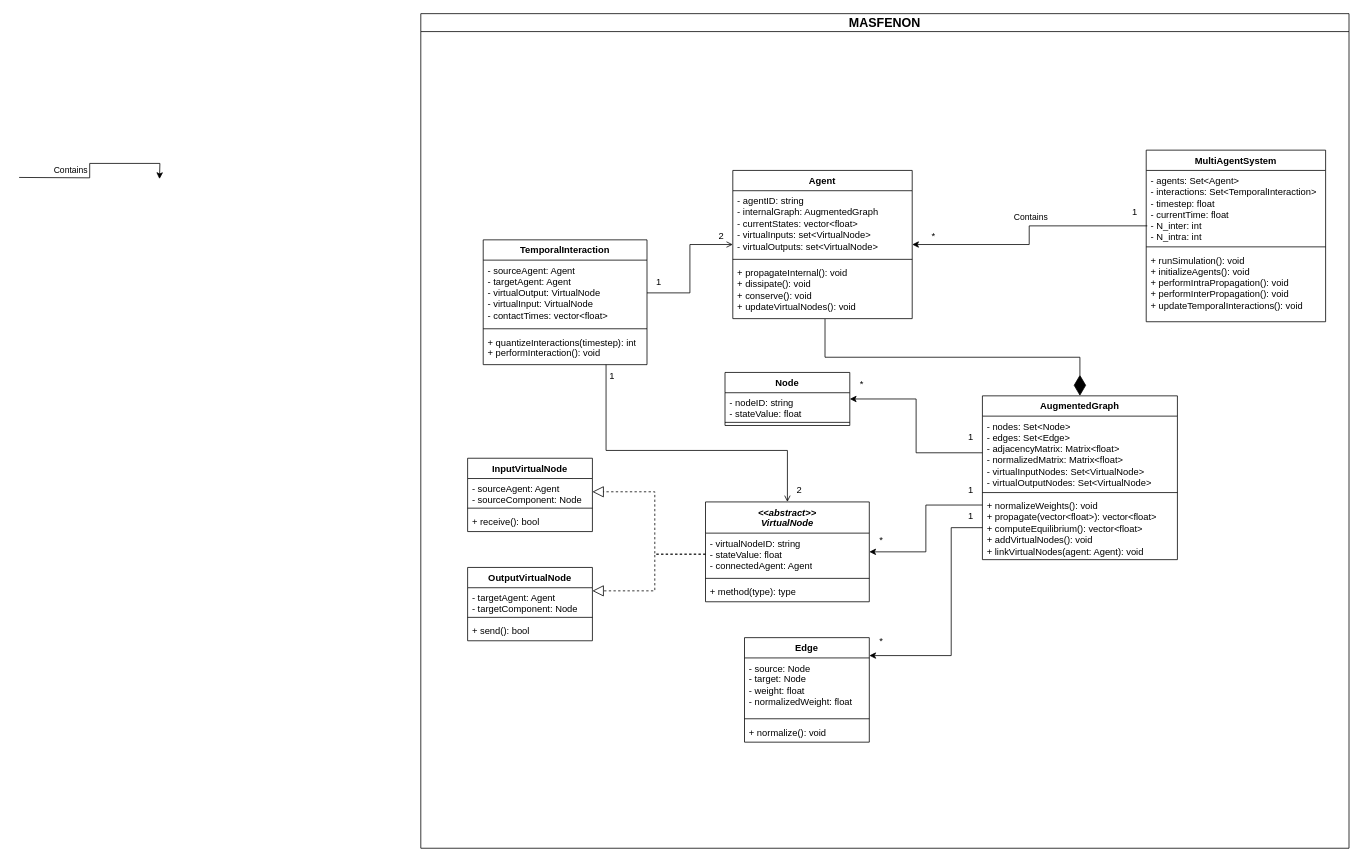
josura/c2c-sepia keeps this draw.io diagram as docs/images/UMLfull.drawio. Above is the earlier version. Source tidied: cells renumbered, new cells numbered last; positions are measured from the earlier drawing's top-left corner, leaving out a move shared by most shapes. Both pictures are drawn from the tidied source at 78%, with x=0, y=0 at pixel (19, 13).
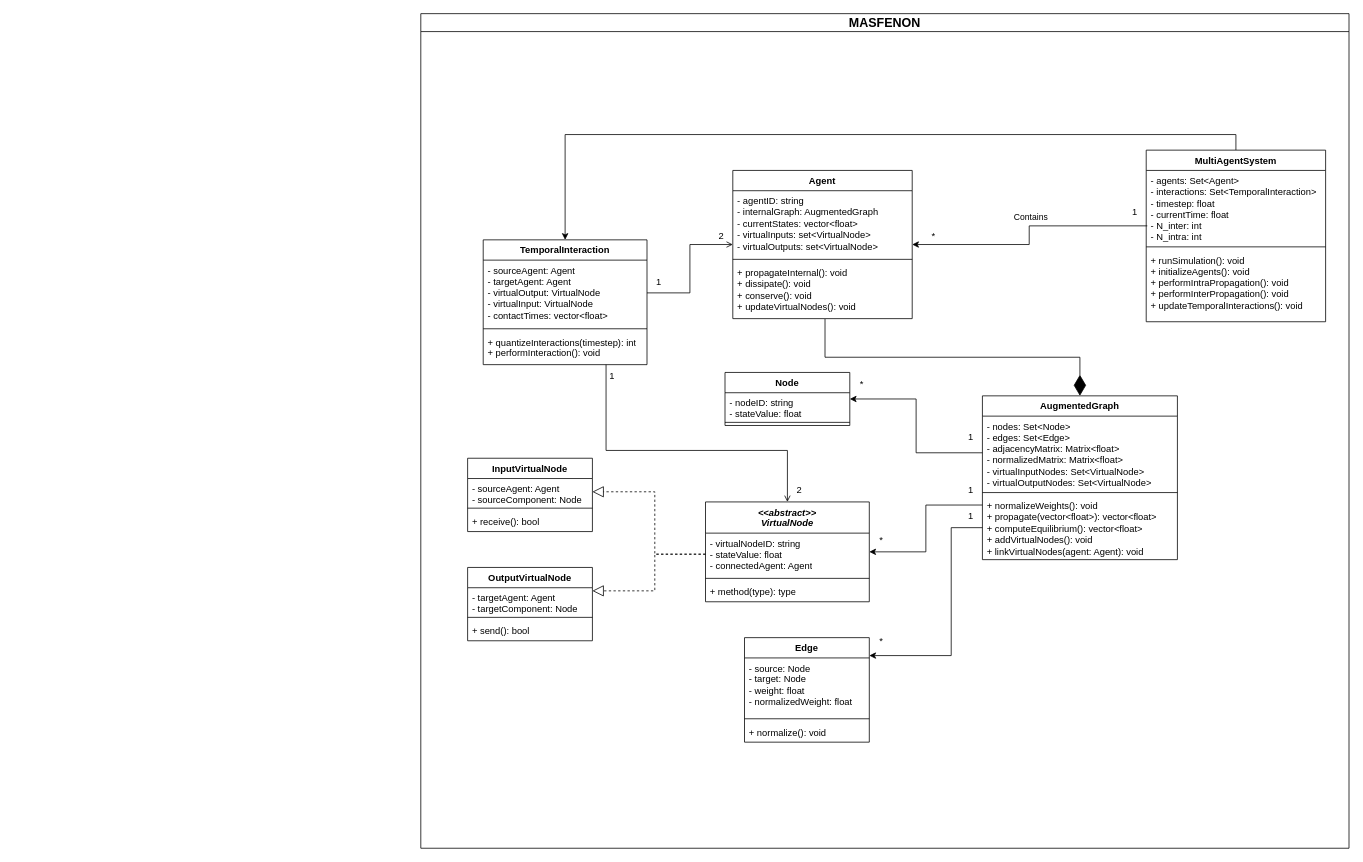
The same page after the edit.

The change refers to these unchanged cells:
```xml
<mxCell id="2" value="MASFENON" style="swimlane;whiteSpace=wrap;html=1;fontSize=16;" parent="1" vertex="1">
  <mxGeometry x="515" width="1190" height="1070" as="geometry" />
</mxCell>
<mxCell id="3" value="MultiAgentSystem" style="swimlane;fontStyle=1;align=center;verticalAlign=top;horizontal=1;startSize=26;whiteSpace=wrap;html=1;" parent="2" vertex="1">
  <mxGeometry x="930" y="175" width="230" height="220" as="geometry" />
</mxCell>
<mxCell id="47" value="TemporalInteraction" style="swimlane;fontStyle=1;align=center;verticalAlign=top;horizontal=1;startSize=26;whiteSpace=wrap;html=1;" parent="2" vertex="1">
  <mxGeometry x="80" y="290" width="210" height="160" as="geometry" />
</mxCell>
```

Change to the diagram source:
```diff
@@
+    <mxCell id="62" style="edgeStyle=orthogonalEdgeStyle;rounded=0;jettySize=auto;html=1;exitX=0.5;exitY=0;exitDx=0;exitDy=0;entryX=0.5;entryY=0;entryDx=0;entryDy=0;" parent="2" edge="1" source="3" target="47">
+      <mxGeometry relative="1" as="geometry" />
+    </mxCell>
@@
-    <mxCell id="42" style="edgeStyle=orthogonalEdgeStyle;rounded=0;orthogonalLoop=1;jettySize=auto;html=1;exitX=1;exitY=0.5;exitDx=0;exitDy=0;" parent="2" edge="1">
-      <mxGeometry relative="1" as="geometry">
-        <mxPoint x="-515" y="210" as="sourcePoint" />
-        <mxPoint x="-335" y="212" as="targetPoint" />
-      </mxGeometry>
-    </mxCell>
-    <mxCell id="43" value="Contains" style="edgeLabel;html=1;align=center;verticalAlign=middle;" parent="42" vertex="1">
-      <mxGeometry x="-0.41" y="4" relative="1" as="geometry">
-        <mxPoint y="-6" as="offset" />
-      </mxGeometry>
-    </mxCell>
```
